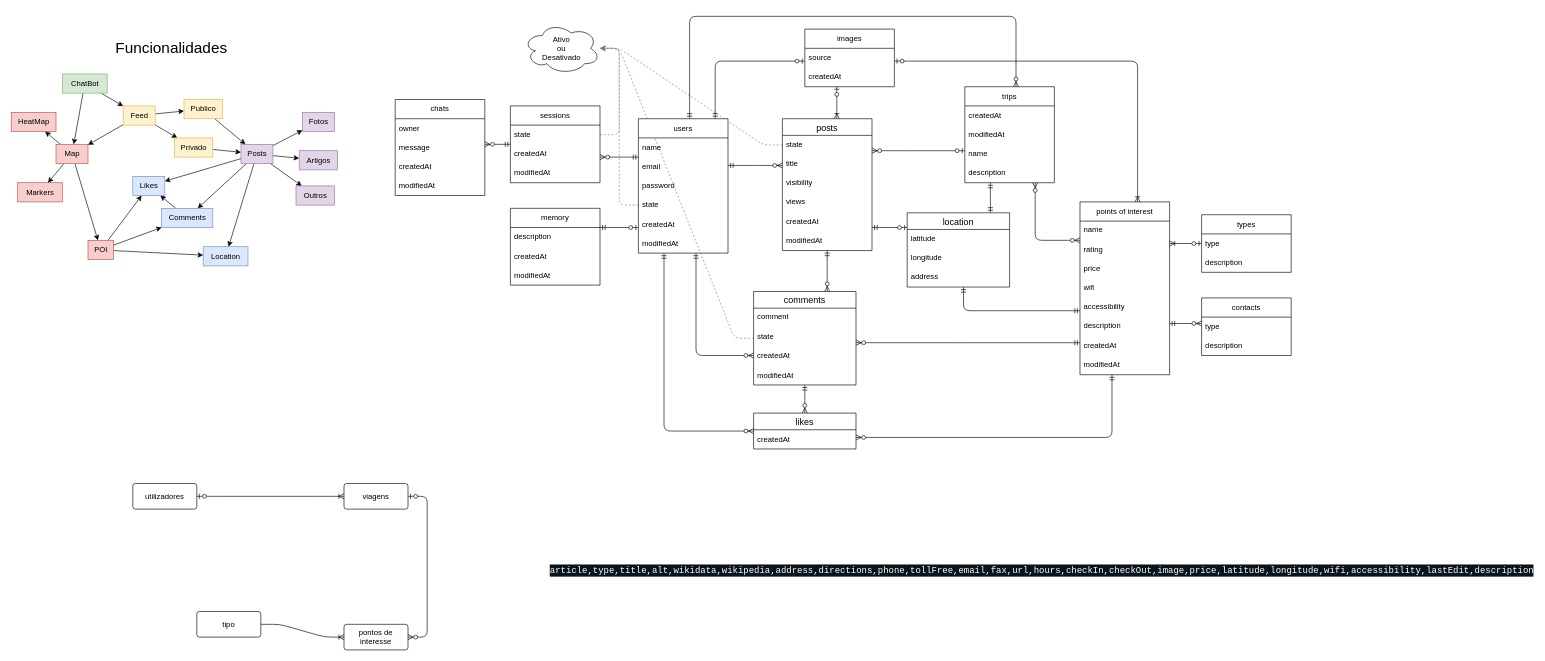
The draw.io diagram DB/shareTrip.drawio in printfDamian/share-trip, before the edit. Source tidied: cells renumbered, new cells numbered last; positions are measured from the earlier drawing's top-left corner, leaving out a move shared by most shapes. Both pictures are drawn from the tidied source at 64%, with x=0, y=0 at pixel (11, 16).
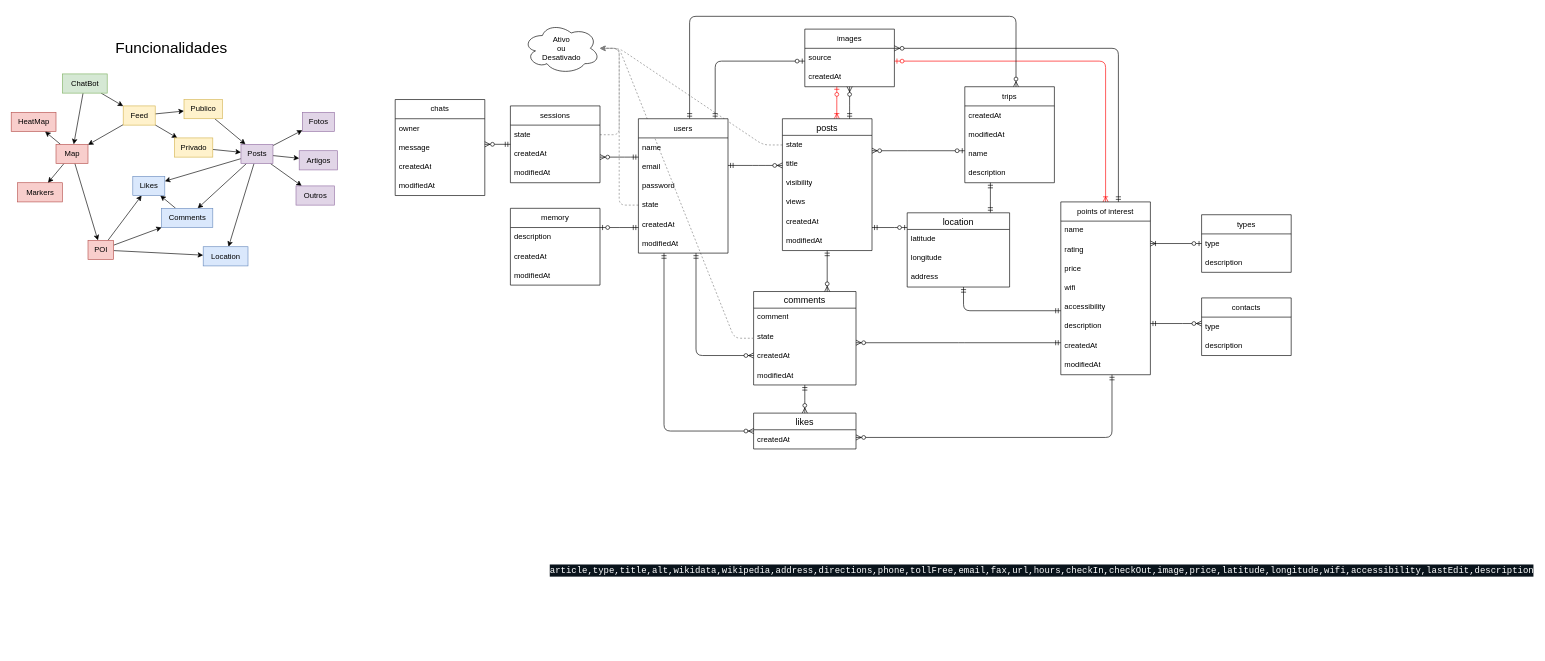
The same page after the edit.

The change refers to these unchanged cells:
```xml
<mxCell id="43" value="images" style="swimlane;fontStyle=0;horizontal=1;startSize=30;whiteSpace=wrap;html=1;" parent="1" vertex="1">
  <mxGeometry x="1240" y="20" width="140" height="90" as="geometry" />
</mxCell>
<mxCell id="80" value="memory" style="swimlane;fontStyle=0;horizontal=1;startSize=30;whiteSpace=wrap;html=1;" parent="1" vertex="1">
  <mxGeometry x="780" y="300" width="140" height="120" as="geometry" />
</mxCell>
<mxCell id="89" value="users" style="swimlane;fontStyle=0;horizontal=1;startSize=30;whiteSpace=wrap;html=1;" parent="1" vertex="1">
  <mxGeometry x="980" y="160" width="140" height="210" as="geometry" />
</mxCell>
<mxCell id="97" value="posts" style="swimlane;fontStyle=0;horizontal=1;startSize=26;align=center;fontSize=14;" parent="1" vertex="1">
  <mxGeometry x="1205" y="160" width="140" height="206" as="geometry" />
</mxCell>
<mxCell id="120" value="trips" style="swimlane;fontStyle=0;horizontal=1;startSize=30;whiteSpace=wrap;html=1;" parent="1" vertex="1">
  <mxGeometry x="1490" y="110" width="140" height="150" as="geometry" />
</mxCell>
```

Diff of the diagram source:
```diff
@@
-    <mxCell id="3" value="utilizadores" style="rounded=1;arcSize=10;whiteSpace=wrap;html=1;align=center;" parent="1" vertex="1">
-      <mxGeometry x="190" y="730" width="100" height="40" as="geometry" />
-    </mxCell>
-    <mxCell id="4" value="viagens" style="rounded=1;arcSize=10;whiteSpace=wrap;html=1;align=center;" parent="1" vertex="1">
-      <mxGeometry x="520" y="730" width="100" height="40" as="geometry" />
-    </mxCell>
-    <mxCell id="5" style="edgeStyle=entityRelationEdgeStyle;fontSize=12;html=1;endArrow=ERoneToMany;startArrow=ERzeroToOne;exitX=1;exitY=0.5;exitDx=0;exitDy=0;entryX=0;entryY=0.5;entryDx=0;entryDy=0;" parent="1" edge="1" source="3" target="4">
-      <mxGeometry relative="1" as="geometry" />
-    </mxCell>
-    <mxCell id="6" value="pontos de interesse" style="rounded=1;arcSize=10;whiteSpace=wrap;html=1;align=center;" parent="1" vertex="1">
-      <mxGeometry x="520" y="950" width="100" height="40" as="geometry" />
-    </mxCell>
-    <mxCell id="7" value="tipo" style="rounded=1;arcSize=10;whiteSpace=wrap;html=1;align=center;" parent="1" vertex="1">
-      <mxGeometry x="290" y="930" width="100" height="40" as="geometry" />
-    </mxCell>
-    <mxCell id="8" style="edgeStyle=entityRelationEdgeStyle;fontSize=12;html=1;endArrow=ERoneToMany;exitX=1;exitY=0.5;exitDx=0;exitDy=0;entryX=0;entryY=0.5;entryDx=0;entryDy=0;" parent="1" edge="1" source="7" target="6">
-      <mxGeometry relative="1" as="geometry" />
-    </mxCell>
-    <mxCell id="9" style="edgeStyle=entityRelationEdgeStyle;fontSize=12;html=1;endArrow=ERzeroToMany;startArrow=ERzeroToOne;exitX=1;exitY=0.5;exitDx=0;exitDy=0;entryX=1;entryY=0.5;entryDx=0;entryDy=0;" parent="1" edge="1" source="4" target="6">
-      <mxGeometry relative="1" as="geometry">
-        <Array as="points">
-          <mxPoint x="670" y="960" />
-          <mxPoint x="660" y="810" />
-        </Array>
-      </mxGeometry>
-    </mxCell>
@@
-    <mxCell id="41" style="edgeStyle=orthogonalEdgeStyle;fontSize=12;html=1;endArrow=ERzeroToOne;startArrow=ERmandOne;" parent="1" edge="1" source="80" target="89">
+    <mxCell id="41" style="edgeStyle=orthogonalEdgeStyle;fontSize=12;html=1;endArrow=ERzeroToOne;startArrow=ERmandOne;" parent="1" edge="1" source="89" target="80">
       <mxGeometry relative="1" as="geometry">
         <Array as="points">
-          <mxPoint x="948" y="330" />
-          <mxPoint x="948" y="330" />
+          <mxPoint x="940" y="330" />
+          <mxPoint x="940" y="330" />
         </Array>
       </mxGeometry>
     </mxCell>
@@
-    <mxCell id="48" style="edgeStyle=orthogonalEdgeStyle;fontSize=12;html=1;endArrow=ERoneToMany;startArrow=ERzeroToOne;" parent="1" edge="1" source="43" target="97">
+    <mxCell id="48" style="edgeStyle=orthogonalEdgeStyle;fontSize=12;html=1;endArrow=ERoneToMany;startArrow=ERzeroToOne;strokeColor=#FF0000;" parent="1" edge="1" source="43" target="97">
       <mxGeometry relative="1" as="geometry">
         <Array as="points">
           <mxPoint x="1290" y="120" />
           <mxPoint x="1290" y="120" />
         </Array>
       </mxGeometry>
     </mxCell>
-    <mxCell id="49" style="edgeStyle=orthogonalEdgeStyle;fontSize=12;html=1;endArrow=ERoneToMany;startArrow=ERzeroToOne;" parent="1" edge="1" source="43" target="104">
+    <mxCell id="49" style="edgeStyle=orthogonalEdgeStyle;fontSize=12;html=1;endArrow=ERoneToMany;startArrow=ERzeroToOne;strokeColor=#FF0000;" parent="1" edge="1" source="43" target="104">
       <mxGeometry relative="1" as="geometry">
         <Array as="points">
-          <mxPoint x="1760" y="70" />
+          <mxPoint x="1710" y="70" />
         </Array>
       </mxGeometry>
     </mxCell>
@@
     <mxCell id="104" value="points of interest" style="swimlane;fontStyle=0;horizontal=1;startSize=30;whiteSpace=wrap;html=1;" parent="1" vertex="1">
-      <mxGeometry x="1670" y="290" width="140" height="270" as="geometry" />
+      <mxGeometry x="1640" y="290" width="140" height="270" as="geometry" />
     </mxCell>
@@
-    <mxCell id="115" style="edgeStyle=orthogonalEdgeStyle;fontSize=12;html=1;endArrow=ERzeroToMany;endFill=1;startArrow=ERzeroToMany;" parent="1" edge="1" source="104" target="120">
-      <mxGeometry relative="1" as="geometry">
-        <Array as="points">
-          <mxPoint x="1600" y="350" />
-        </Array>
-      </mxGeometry>
-    </mxCell>
@@
+    <mxCell id="133" style="edgeStyle=orthogonalEdgeStyle;fontSize=12;html=1;endArrow=ERzeroToMany;startArrow=ERmandOne;" parent="1" edge="1" source="97" target="43">
+      <mxGeometry relative="1" as="geometry">
+        <Array as="points">
+          <mxPoint x="1310" y="150" />
+          <mxPoint x="1310" y="150" />
+        </Array>
+      </mxGeometry>
+    </mxCell>
+    <mxCell id="134" style="edgeStyle=orthogonalEdgeStyle;fontSize=12;html=1;endArrow=ERzeroToMany;startArrow=ERmandOne;" parent="1" edge="1" source="104" target="43">
+      <mxGeometry relative="1" as="geometry">
+        <Array as="points">
+          <mxPoint x="1730" y="50" />
+        </Array>
+      </mxGeometry>
+    </mxCell>
```
